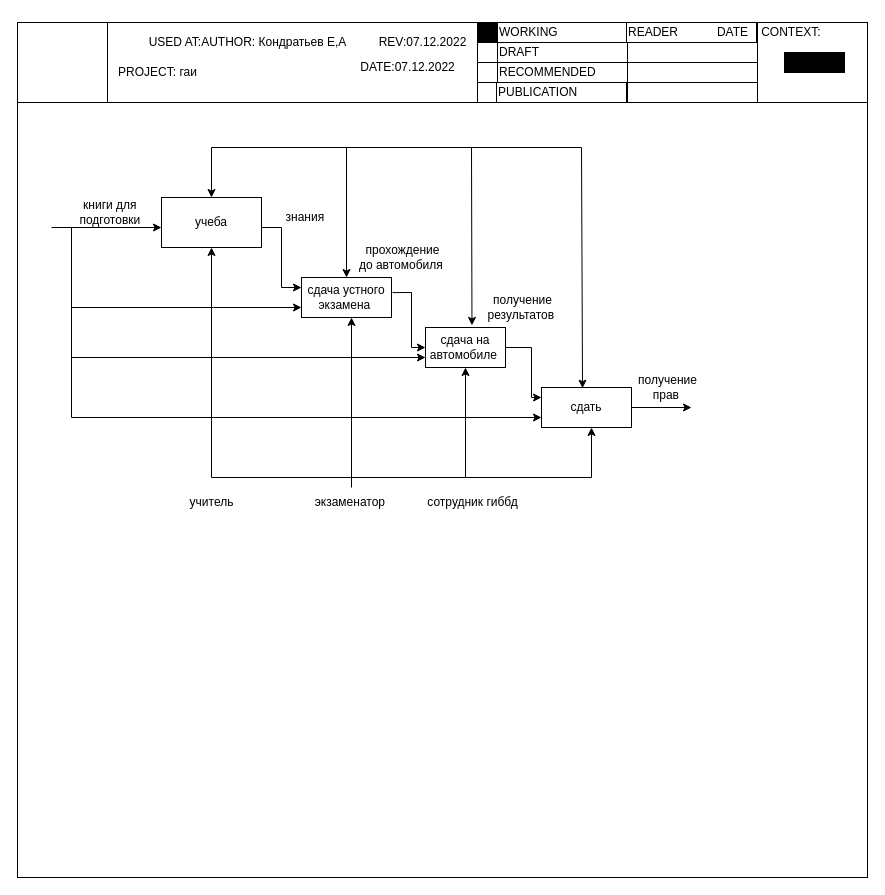
This is page "Страница 2" (2 of 3) of Диаграз названия.drawio from Ev0or/dontTouch, a draw.io file, before an edit. Source tidied: cells renumbered, new cells numbered last; positions are measured from the earlier drawing's top-left corner, leaving out a move shared by most shapes. Both pictures are drawn from the tidied source at 100%, with x=0, y=0 at pixel (17, 17).
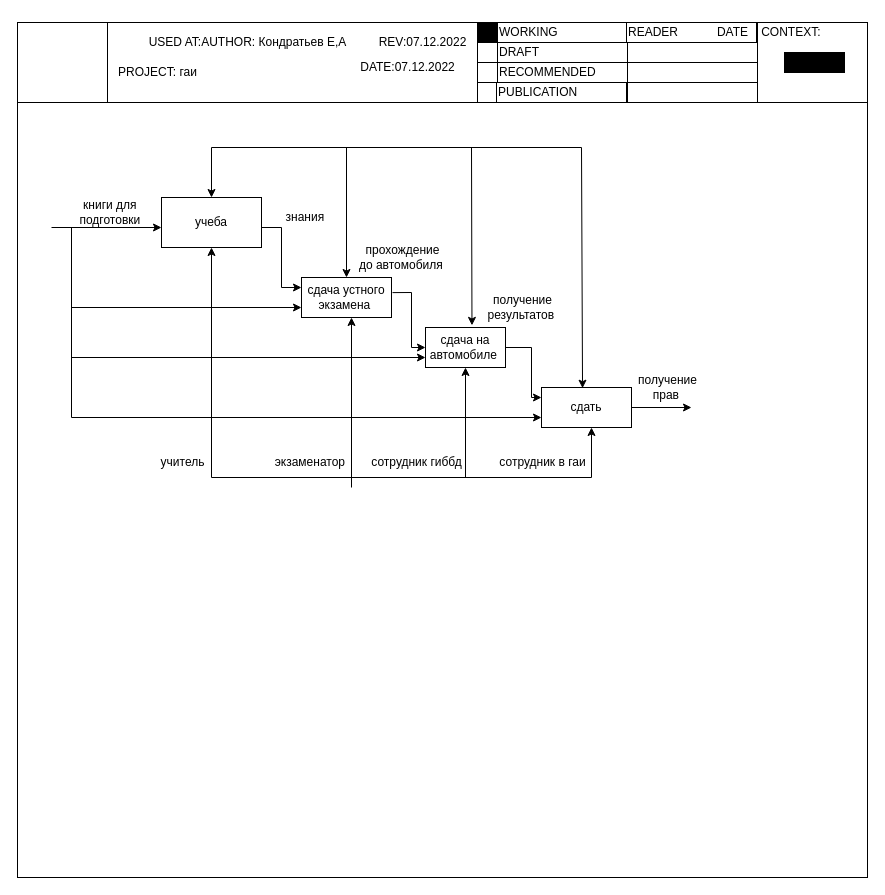
The same page after the edit.

Diff of the diagram source:
```diff
@@
     <mxCell id="48" value="экзаменатор&amp;nbsp;" style="text;html=1;align=center;verticalAlign=middle;strokeColor=none;fillColor=none;" parent="1" vertex="1">
-      <mxGeometry x="284" y="470" width="100" height="30" as="geometry" />
+      <mxGeometry x="244" y="430" width="100" height="30" as="geometry" />
     </mxCell>
     <mxCell id="49" value="учитель" style="text;html=1;align=center;verticalAlign=middle;strokeColor=none;fillColor=none;" parent="1" vertex="1">
-      <mxGeometry x="159" y="470" width="70" height="30" as="geometry" />
+      <mxGeometry x="130" y="430" width="70" height="30" as="geometry" />
     </mxCell>
@@
     <mxCell id="51" value="сотрудник гиббд" style="text;html=1;align=center;verticalAlign=middle;strokeColor=none;fillColor=none;" parent="1" vertex="1">
-      <mxGeometry x="400" y="470" width="110" height="30" as="geometry" />
+      <mxGeometry x="344" y="430" width="110" height="30" as="geometry" />
     </mxCell>
@@
+    <mxCell id="56" value="сотрудник в гаи" style="text;html=1;align=center;verticalAlign=middle;strokeColor=none;fillColor=none;" parent="1" vertex="1">
+      <mxGeometry x="470" y="430" width="110" height="30" as="geometry" />
+    </mxCell>
```
